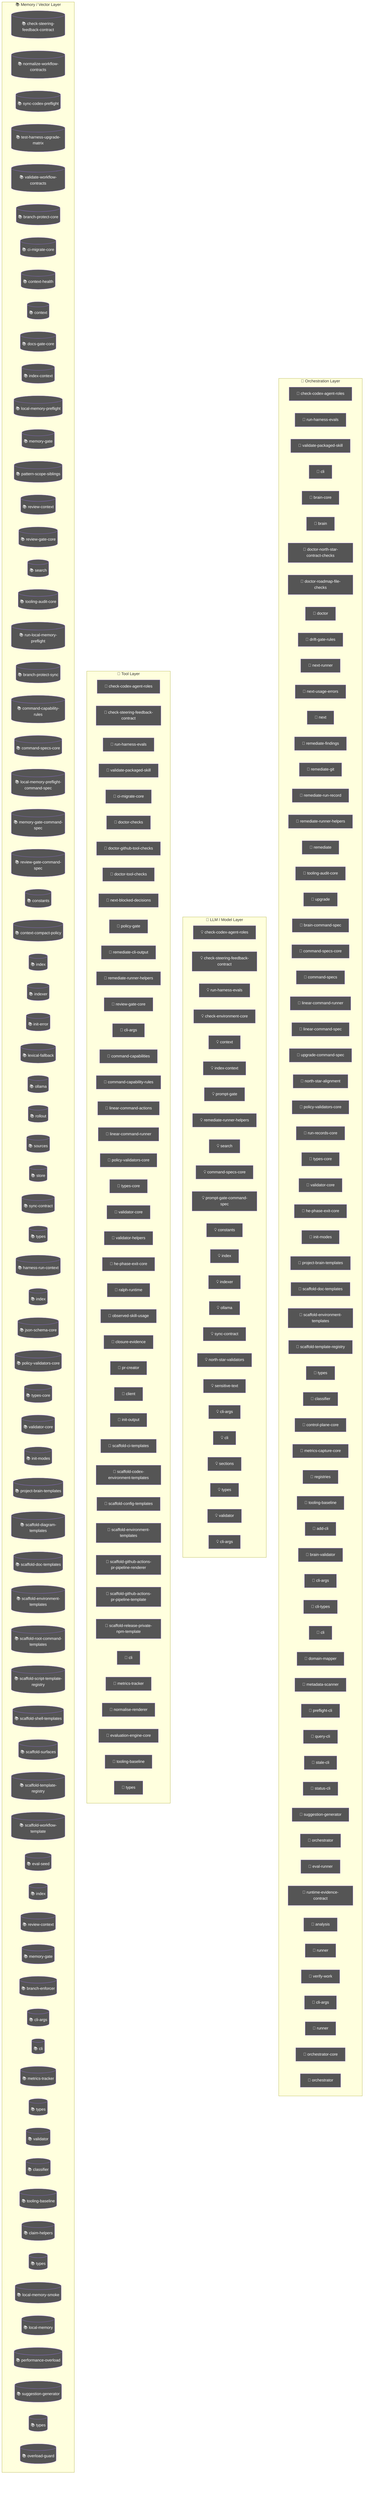
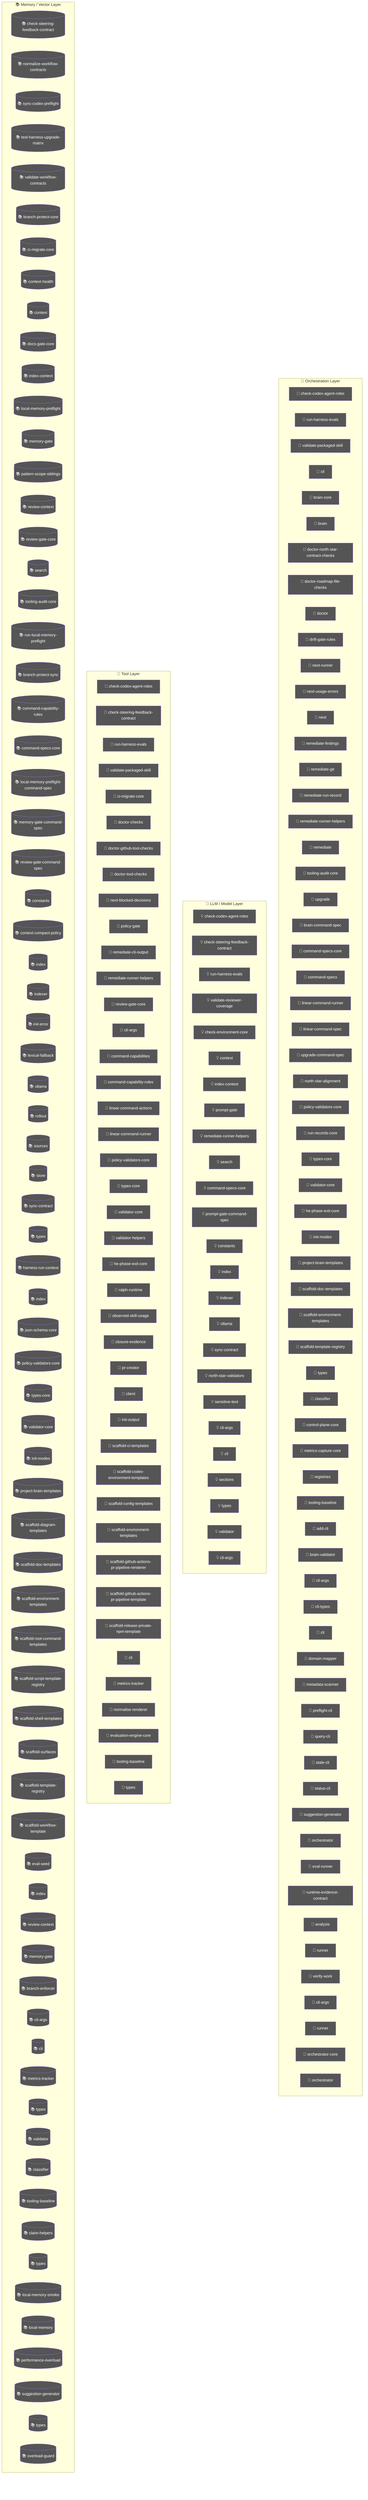
flowchart TD
  subgraph Orchestration["🎯 Orchestration Layer"]
    node_agent_mmd_orchestration_layer_orchestration_chec_7a9f0b64["🤖 check-codex-agent-roles"]
    node_agent_mmd_orchestration_layer_orchestration_run__18817957["🤖 run-harness-evals"]
    node_agent_mmd_orchestration_layer_orchestration_vali_c01b04be["🤖 validate-packaged-skill"]
    cli_99bb8840["🤖 cli"]
    brain_core_aa07c380["🤖 brain-core"]
    brain_bbbf7a64["🤖 brain"]
    doctor_north_star_contract_checks_0048124c["🤖 doctor-north-star-contract-checks"]
    doctor_roadmap_file_checks_14447b8e["🤖 doctor-roadmap-file-checks"]
    doctor_72f4be89["🤖 doctor"]
    drift_gate_rules_9685e72d["🤖 drift-gate-rules"]
    next_runner_41643472["🤖 next-runner"]
    next_usage_errors_837a345a["🤖 next-usage-errors"]
    next_c6c1c9a9["🤖 next"]
    remediate_findings_8b09c8c6["🤖 remediate-findings"]
    remediate_git_58c6f6f4["🤖 remediate-git"]
    remediate_run_record_9dfe5dc1["🤖 remediate-run-record"]
    node_agent_mmd_orchestration_layer_orchestration_reme_359fe98f["🤖 remediate-runner-helpers"]
    remediate_06b9c7fc["🤖 remediate"]
    node_agent_mmd_orchestration_layer_orchestration_tool_acfe0c01["🤖 tooling-audit-core"]
    upgrade_7fef9479["🤖 upgrade"]
    brain_command_spec_15b122d5["🤖 brain-command-spec"]
    node_agent_mmd_orchestration_layer_orchestration_comm_1f8cc24c["🤖 command-specs-core"]
    command_specs_69167c63["🤖 command-specs"]
    node_agent_mmd_orchestration_layer_orchestration_line_b67affd5["🤖 linear-command-runner"]
    linear_command_spec_1e12dd44["🤖 linear-command-spec"]
    upgrade_command_spec_03f6c7bd["🤖 upgrade-command-spec"]
    north_star_alignment_00440188["🤖 north-star-alignment"]
    node_agent_mmd_orchestration_layer_orchestration_poli_3270b55d["🤖 policy-validators-core"]
    run_records_core_89286dfa["🤖 run-records-core"]
    node_agent_mmd_orchestration_layer_orchestration_type_7cf81261["🤖 types-core"]
    node_agent_mmd_orchestration_layer_orchestration_vali_d9fe99e6["🤖 validator-core"]
    node_agent_mmd_orchestration_layer_orchestration_he_p_fc778c24["🤖 he-phase-exit-core"]
    node_agent_mmd_orchestration_layer_orchestration_init_2a9c3ecb["🤖 init-modes"]
    node_agent_mmd_orchestration_layer_orchestration_proj_6ab6f60f["🤖 project-brain-templates"]
    node_agent_mmd_orchestration_layer_orchestration_scaf_12cc07db["🤖 scaffold-doc-templates"]
    node_agent_mmd_orchestration_layer_orchestration_scaf_c9a90c2f["🤖 scaffold-environment-templates"]
    node_agent_mmd_orchestration_layer_orchestration_scaf_ff8f92f6["🤖 scaffold-template-registry"]
    types_9_1db4641f["🤖 types"]
    node_agent_mmd_orchestration_layer_orchestration_clas_899b821a["🤖 classifier"]
    control_plane_core_db3b4cb2["🤖 control-plane-core"]
    metrics_capture_core_db4bf7cf["🤖 metrics-capture-core"]
    registries_06402afa["🤖 registries"]
    node_agent_mmd_orchestration_layer_orchestration_tool_cc43149f["🤖 tooling-baseline"]
    add_cli_7614de25["🤖 add-cli"]
    brain_validator_be251832["🤖 brain-validator"]
    cli_args_8_d546936e["🤖 cli-args"]
    cli_types_1686e858["🤖 cli-types"]
    cli_7_dc4a9f7f["🤖 cli"]
    domain_mapper_cd9333d2["🤖 domain-mapper"]
    metadata_scanner_6a101b66["🤖 metadata-scanner"]
    preflight_cli_5d148379["🤖 preflight-cli"]
    query_cli_b95be64d["🤖 query-cli"]
    stale_cli_64548720["🤖 stale-cli"]
    status_cli_4c24a0d6["🤖 status-cli"]
    node_agent_mmd_orchestration_layer_orchestration_sugg_85c5ebe3["🤖 suggestion-generator"]
    orchestrator_11376b7e["🤖 orchestrator"]
    eval_runner_0966a6b3["🤖 eval-runner"]
    runtime_evidence_contract_0f7b15b2["🤖 runtime-evidence-contract"]
    analysis_f44e85c4["🤖 analysis"]
    runner_527aa9f4["🤖 runner"]
    verify_work_1_cd8e7ec3["🤖 verify-work"]
    cli_args_14_3481043e["🤖 cli-args"]
    runner_1_6f281bf8["🤖 runner"]
    orchestrator_core_d0678b53["🤖 orchestrator-core"]
    orchestrator_1_6b7137c5["🤖 orchestrator"]
  end
  subgraph LLMLayer["🧠 LLM / Model Layer"]
    node_agent_mmd_llm_model_layer_llmlayer_check_codex_a_29e7b7fa["💡 check-codex-agent-roles"]
    node_agent_mmd_llm_model_layer_llmlayer_check_steerin_a7dbbd2f["💡 check-steering-feedback-contract"]
    node_agent_mmd_llm_model_layer_llmlayer_run_harness_e_603fcfdc["💡 run-harness-evals"]
+     validate_reviewer_coverage_251efee3["💡 validate-reviewer-coverage"]
    check_environment_core_2c16213f["💡 check-environment-core"]
    node_agent_mmd_llm_model_layer_llmlayer_context_conte_ad2dfbd9["💡 context"]
    node_agent_mmd_llm_model_layer_llmlayer_index_context_1041bd11["💡 index-context"]
    prompt_gate_c5e9d207["💡 prompt-gate"]
    node_agent_mmd_llm_model_layer_llmlayer_remediate_run_9e3d4585["💡 remediate-runner-helpers"]
    node_agent_mmd_llm_model_layer_llmlayer_search_search_66b9a911["💡 search"]
    node_agent_mmd_llm_model_layer_llmlayer_command_specs_782af9fa["💡 command-specs-core"]
    prompt_gate_command_spec_9a941482["💡 prompt-gate-command-spec"]
    node_agent_mmd_llm_model_layer_llmlayer_constants_con_c9bd3f6c["💡 constants"]
    node_agent_mmd_llm_model_layer_llmlayer_index_index_1_02e160ff["💡 index"]
    node_agent_mmd_llm_model_layer_llmlayer_indexer_index_4f4deef5["💡 indexer"]
    node_agent_mmd_llm_model_layer_llmlayer_ollama_ollama_968b23fa["💡 ollama"]
    node_agent_mmd_llm_model_layer_llmlayer_sync_contract_9f3cc8c1["💡 sync-contract"]
    north_star_validators_cfc926ce["💡 north-star-validators"]
    sensitive_text_7c11f760["💡 sensitive-text"]
    cli_args_9_9c136878["💡 cli-args"]
    cli_8_e3a6ce03["💡 cli"]
    sections_4697ef32["💡 sections"]
    types_19_eb4ad5f0["💡 types"]
    validator_6_3688adbf["💡 validator"]
    cli_args_10_861cdd3f["💡 cli-args"]
  end
  subgraph ToolLayer["🔧 Tool Layer"]
    node_agent_mmd_tool_layer_toollayer_check_codex_agent_4b361d5a["🔧 check-codex-agent-roles"]
    node_agent_mmd_tool_layer_toollayer_check_steering_fe_84ed22c2["🔧 check-steering-feedback-contract"]
    node_agent_mmd_tool_layer_toollayer_run_harness_evals_e2ee24f1["🔧 run-harness-evals"]
    node_agent_mmd_tool_layer_toollayer_validate_packaged_f6ed6f12["🔧 validate-packaged-skill"]
    node_agent_mmd_tool_layer_toollayer_ci_migrate_core_c_049f8460["🔧 ci-migrate-core"]
    doctor_checks_5a2eb2b9["🔧 doctor-checks"]
    doctor_github_tool_checks_a53b0382["🔧 doctor-github-tool-checks"]
    doctor_tool_checks_4acac51a["🔧 doctor-tool-checks"]
    next_blocked_decisions_4140ad2b["🔧 next-blocked-decisions"]
    policy_gate_213f7313["🔧 policy-gate"]
    remediate_cli_output_cc165396["🔧 remediate-cli-output"]
    node_agent_mmd_tool_layer_toollayer_remediate_runner__c003b871["🔧 remediate-runner-helpers"]
    node_agent_mmd_tool_layer_toollayer_review_gate_core__7704598b["🔧 review-gate-core"]
    cli_args_1_6144b055["🔧 cli-args"]
    command_capabilities_a4d5c71e["🔧 command-capabilities"]
    node_agent_mmd_tool_layer_toollayer_command_capabilit_e97a4615["🔧 command-capability-rules"]
    linear_command_actions_e430f4f4["🔧 linear-command-actions"]
    node_agent_mmd_tool_layer_toollayer_linear_command_ru_d6763748["🔧 linear-command-runner"]
    node_agent_mmd_tool_layer_toollayer_policy_validators_af136abf["🔧 policy-validators-core"]
    node_agent_mmd_tool_layer_toollayer_types_core_types__6c8319b6["🔧 types-core"]
    node_agent_mmd_tool_layer_toollayer_validator_core_va_6ef6131f["🔧 validator-core"]
    validator_helpers_7b927667["🔧 validator-helpers"]
    node_agent_mmd_tool_layer_toollayer_he_phase_exit_cor_af016160["🔧 he-phase-exit-core"]
    ralph_runtime_73d63c0e["🔧 ralph-runtime"]
    observed_skill_usage_ed7d5930["🔧 observed-skill-usage"]
    closure_evidence_aaa31467["🔧 closure-evidence"]
    pr_creator_dc6b1ea4["🔧 pr-creator"]
    client_948fe603["🔧 client"]
    init_output_360dce91["🔧 init-output"]
    scaffold_ci_templates_2afd6392["🔧 scaffold-ci-templates"]
    scaffold_codex_environment_templates_334fbbed["🔧 scaffold-codex-environment-templates"]
    scaffold_config_templates_4b80ce53["🔧 scaffold-config-templates"]
    node_agent_mmd_tool_layer_toollayer_scaffold_environm_c1afc013["🔧 scaffold-environment-templates"]
    scaffold_github_actions_pr_pipeline_renderer_1ee18de5["🔧 scaffold-github-actions-pr-pipeline-renderer"]
    scaffold_github_actions_pr_pipeline_template_e2b85f62["🔧 scaffold-github-actions-pr-pipeline-template"]
    scaffold_release_private_npm_template_075499f8["🔧 scaffold-release-private-npm-template"]
    node_agent_mmd_tool_layer_toollayer_cli_cli_2_1_32d9eeaf["🔧 cli"]
    node_agent_mmd_tool_layer_toollayer_metrics_tracker_m_4c9237d8["🔧 metrics-tracker"]
    normalise_renderer_85f2e563["🔧 normalise-renderer"]
    evaluation_engine_core_e054fe49["🔧 evaluation-engine-core"]
    node_agent_mmd_tool_layer_toollayer_tooling_baseline__61e66e9f["🔧 tooling-baseline"]
    types_25_89d086aa["🔧 types"]
  end
  subgraph MemoryLayer["📚 Memory / Vector Layer"]
    node_agent_mmd_memory_vector_layer_memorylayer_check__d71f8993[("📚 check-steering-feedback-contract")]
    normalize_workflow_contracts_8701f1c8[("📚 normalize-workflow-contracts")]
    sync_codex_preflight_7e7a8dc2[("📚 sync-codex-preflight")]
    test_harness_upgrade_matrix_84113c4e[("📚 test-harness-upgrade-matrix")]
    validate_workflow_contracts_33dc063c[("📚 validate-workflow-contracts")]
    branch_protect_core_a8feb0fd[("📚 branch-protect-core")]
    node_agent_mmd_memory_vector_layer_memorylayer_ci_mig_0cd5b1a4[("📚 ci-migrate-core")]
    context_health_80bb7da9[("📚 context-health")]
    node_agent_mmd_memory_vector_layer_memorylayer_contex_78ceaaa9[("📚 context")]
    docs_gate_core_eb9b6c18[("📚 docs-gate-core")]
    node_agent_mmd_memory_vector_layer_memorylayer_index__6f3402d0[("📚 index-context")]
    local_memory_preflight_dcc36c42[("📚 local-memory-preflight")]
    memory_gate_a577a506[("📚 memory-gate")]
    pattern_scope_siblings_43abe000[("📚 pattern-scope-siblings")]
    review_context_ca6cf81d[("📚 review-context")]
    node_agent_mmd_memory_vector_layer_memorylayer_review_5bee9816[("📚 review-gate-core")]
    node_agent_mmd_memory_vector_layer_memorylayer_search_ac35cb7e[("📚 search")]
    node_agent_mmd_memory_vector_layer_memorylayer_toolin_a1185b8f[("📚 tooling-audit-core")]
    run_local_memory_preflight_36e92808[("📚 run-local-memory-preflight")]
    branch_protect_sync_570adb18[("📚 branch-protect-sync")]
    node_agent_mmd_memory_vector_layer_memorylayer_comman_c72a5d05[("📚 command-capability-rules")]
    node_agent_mmd_memory_vector_layer_memorylayer_comman_111eb454[("📚 command-specs-core")]
    local_memory_preflight_command_spec_9e23f3ce[("📚 local-memory-preflight-command-spec")]
    memory_gate_command_spec_dc9001a9[("📚 memory-gate-command-spec")]
    review_gate_command_spec_3187376a[("📚 review-gate-command-spec")]
    node_agent_mmd_memory_vector_layer_memorylayer_consta_702d3f46[("📚 constants")]
    context_compact_policy_3dcaf95d[("📚 context-compact-policy")]
    node_agent_mmd_memory_vector_layer_memorylayer_index__752bc61e[("📚 index")]
    node_agent_mmd_memory_vector_layer_memorylayer_indexe_93e6d86f[("📚 indexer")]
    init_error_5c7dd49f[("📚 init-error")]
    lexical_fallback_723e2b3e[("📚 lexical-fallback")]
    node_agent_mmd_memory_vector_layer_memorylayer_ollama_6d51be16[("📚 ollama")]
    rollout_a4fa034c[("📚 rollout")]
    sources_878a52fc[("📚 sources")]
    store_824d80d7[("📚 store")]
    node_agent_mmd_memory_vector_layer_memorylayer_sync_c_e43418bc[("📚 sync-contract")]
    types_4_822d0f88[("📚 types")]
    harness_run_context_ac7c77a9[("📚 harness-run-context")]
    index_1_faebc14e[("📚 index")]
    json_schema_core_96d7e328[("📚 json-schema-core")]
    node_agent_mmd_memory_vector_layer_memorylayer_policy_1944de42[("📚 policy-validators-core")]
    node_agent_mmd_memory_vector_layer_memorylayer_types__83f369fa[("📚 types-core")]
    node_agent_mmd_memory_vector_layer_memorylayer_valida_41034356[("📚 validator-core")]
    node_agent_mmd_memory_vector_layer_memorylayer_init_m_333d02c5[("📚 init-modes")]
    node_agent_mmd_memory_vector_layer_memorylayer_projec_3ae304d9[("📚 project-brain-templates")]
    scaffold_diagram_templates_dd88e83c[("📚 scaffold-diagram-templates")]
    node_agent_mmd_memory_vector_layer_memorylayer_scaffo_5fd73b94[("📚 scaffold-doc-templates")]
    node_agent_mmd_memory_vector_layer_memorylayer_scaffo_12b42341[("📚 scaffold-environment-templates")]
    scaffold_root_command_templates_404fed7f[("📚 scaffold-root-command-templates")]
    scaffold_script_template_registry_69312d4e[("📚 scaffold-script-template-registry")]
    scaffold_shell_templates_0ad0f915[("📚 scaffold-shell-templates")]
    scaffold_surfaces_12d6494e[("📚 scaffold-surfaces")]
    node_agent_mmd_memory_vector_layer_memorylayer_scaffo_a86eece1[("📚 scaffold-template-registry")]
    scaffold_workflow_template_92310587[("📚 scaffold-workflow-template")]
    eval_seed_5699fd3e[("📚 eval-seed")]
    index_4_013aa0e3[("📚 index")]
    review_context_1_e3afed15[("📚 review-context")]
    memory_gate_1_265164ac[("📚 memory-gate")]
    branch_enforcer_acb749cd[("📚 branch-enforcer")]
    cli_args_5_09ea29f0[("📚 cli-args")]
    node_agent_mmd_memory_vector_layer_memorylayer_cli_cl_1f1f89ab[("📚 cli")]
    node_agent_mmd_memory_vector_layer_memorylayer_metric_12562178[("📚 metrics-tracker")]
    types_11_4be3ee64[("📚 types")]
    validator_4_5180cf23[("📚 validator")]
    node_agent_mmd_memory_vector_layer_memorylayer_classi_1ebbf5ff[("📚 classifier")]
    node_agent_mmd_memory_vector_layer_memorylayer_toolin_14f86b00[("📚 tooling-baseline")]
    claim_helpers_20dc8387[("📚 claim-helpers")]
    types_16_0fae1112[("📚 types")]
    local_memory_smoke_1175abfc[("📚 local-memory-smoke")]
    local_memory_0db17ecc[("📚 local-memory")]
    performance_overload_c685bfcf[("📚 performance-overload")]
    node_agent_mmd_memory_vector_layer_memorylayer_sugges_267f408d[("📚 suggestion-generator")]
    types_23_4352ee2e[("📚 types")]
    overload_guard_2748c559[("📚 overload-guard")]
  end
  classDef agentNode fill:#555,color:#fff
  class node_agent_mmd_orchestration_layer_orchestration_chec_7a9f0b64,node_agent_mmd_llm_model_layer_llmlayer_check_codex_a_29e7b7fa,node_agent_mmd_tool_layer_toollayer_check_codex_agent_4b361d5a,node_agent_mmd_orchestration_layer_orchestration_run__18817957,node_agent_mmd_llm_model_layer_llmlayer_run_harness_e_603fcfdc,node_agent_mmd_tool_layer_toollayer_run_harness_evals_e2ee24f1,node_agent_mmd_orchestration_layer_orchestration_vali_c01b04be,node_agent_mmd_tool_layer_toollayer_validate_packaged_f6ed6f12,cli_99bb8840,brain_core_aa07c380,brain_bbbf7a64,doctor_north_star_contract_checks_0048124c,doctor_roadmap_file_checks_14447b8e,doctor_72f4be89,drift_gate_rules_9685e72d,next_runner_41643472,next_usage_errors_837a345a,next_c6c1c9a9,remediate_findings_8b09c8c6,remediate_git_58c6f6f4,remediate_run_record_9dfe5dc1,node_agent_mmd_orchestration_layer_orchestration_reme_359fe98f,node_agent_mmd_llm_model_layer_llmlayer_remediate_run_9e3d4585,node_agent_mmd_tool_layer_toollayer_remediate_runner__c003b871,remediate_06b9c7fc,node_agent_mmd_orchestration_layer_orchestration_tool_acfe0c01,node_agent_mmd_memory_vector_layer_memorylayer_toolin_a1185b8f,upgrade_7fef9479,brain_command_spec_15b122d5,node_agent_mmd_orchestration_layer_orchestration_comm_1f8cc24c,node_agent_mmd_llm_model_layer_llmlayer_command_specs_782af9fa,node_agent_mmd_memory_vector_layer_memorylayer_comman_111eb454,command_specs_69167c63,node_agent_mmd_orchestration_layer_orchestration_line_b67affd5,node_agent_mmd_tool_layer_toollayer_linear_command_ru_d6763748,linear_command_spec_1e12dd44,upgrade_command_spec_03f6c7bd,north_star_alignment_00440188,node_agent_mmd_orchestration_layer_orchestration_poli_3270b55d,node_agent_mmd_tool_layer_toollayer_policy_validators_af136abf,node_agent_mmd_memory_vector_layer_memorylayer_policy_1944de42,run_records_core_89286dfa,node_agent_mmd_orchestration_layer_orchestration_type_7cf81261,node_agent_mmd_tool_layer_toollayer_types_core_types__6c8319b6,node_agent_mmd_memory_vector_layer_memorylayer_types__83f369fa,node_agent_mmd_orchestration_layer_orchestration_vali_d9fe99e6,node_agent_mmd_tool_layer_toollayer_validator_core_va_6ef6131f,node_agent_mmd_memory_vector_layer_memorylayer_valida_41034356,node_agent_mmd_orchestration_layer_orchestration_he_p_fc778c24,node_agent_mmd_tool_layer_toollayer_he_phase_exit_cor_af016160,node_agent_mmd_orchestration_layer_orchestration_init_2a9c3ecb,node_agent_mmd_memory_vector_layer_memorylayer_init_m_333d02c5,node_agent_mmd_orchestration_layer_orchestration_proj_6ab6f60f,node_agent_mmd_memory_vector_layer_memorylayer_projec_3ae304d9,node_agent_mmd_orchestration_layer_orchestration_scaf_12cc07db,node_agent_mmd_memory_vector_layer_memorylayer_scaffo_5fd73b94,node_agent_mmd_orchestration_layer_orchestration_scaf_c9a90c2f,node_agent_mmd_tool_layer_toollayer_scaffold_environm_c1afc013,node_agent_mmd_memory_vector_layer_memorylayer_scaffo_12b42341,node_agent_mmd_orchestration_layer_orchestration_scaf_ff8f92f6,node_agent_mmd_memory_vector_layer_memorylayer_scaffo_a86eece1,types_9_1db4641f,node_agent_mmd_orchestration_layer_orchestration_clas_899b821a,node_agent_mmd_memory_vector_layer_memorylayer_classi_1ebbf5ff,control_plane_core_db3b4cb2,metrics_capture_core_db4bf7cf,registries_06402afa,node_agent_mmd_orchestration_layer_orchestration_tool_cc43149f,node_agent_mmd_tool_layer_toollayer_tooling_baseline__61e66e9f,node_agent_mmd_memory_vector_layer_memorylayer_toolin_14f86b00,add_cli_7614de25,brain_validator_be251832,cli_args_8_d546936e,cli_types_1686e858,cli_7_dc4a9f7f,domain_mapper_cd9333d2,metadata_scanner_6a101b66,preflight_cli_5d148379,query_cli_b95be64d,stale_cli_64548720,status_cli_4c24a0d6,node_agent_mmd_orchestration_layer_orchestration_sugg_85c5ebe3,node_agent_mmd_memory_vector_layer_memorylayer_sugges_267f408d,orchestrator_11376b7e,eval_runner_0966a6b3,runtime_evidence_contract_0f7b15b2,analysis_f44e85c4,runner_527aa9f4,verify_work_1_cd8e7ec3,cli_args_14_3481043e,runner_1_6f281bf8,orchestrator_core_d0678b53,orchestrator_1_6b7137c5 agentNode
  classDef llmNode fill:#555,color:#fff
-   class node_agent_mmd_orchestration_layer_orchestration_chec_7a9f0b64,node_agent_mmd_llm_model_layer_llmlayer_check_codex_a_29e7b7fa,node_agent_mmd_tool_layer_toollayer_check_codex_agent_4b361d5a,node_agent_mmd_llm_model_layer_llmlayer_check_steerin_a7dbbd2f,node_agent_mmd_tool_layer_toollayer_check_steering_fe_84ed22c2,node_agent_mmd_memory_vector_layer_memorylayer_check__d71f8993,node_agent_mmd_orchestration_layer_orchestration_run__18817957,node_agent_mmd_llm_model_layer_llmlayer_run_harness_e_603fcfdc,node_agent_mmd_tool_layer_toollayer_run_harness_evals_e2ee24f1,check_environment_core_2c16213f,node_agent_mmd_llm_model_layer_llmlayer_context_conte_ad2dfbd9,node_agent_mmd_memory_vector_layer_memorylayer_contex_78ceaaa9,node_agent_mmd_llm_model_layer_llmlayer_index_context_1041bd11,node_agent_mmd_memory_vector_layer_memorylayer_index__6f3402d0,prompt_gate_c5e9d207,node_agent_mmd_orchestration_layer_orchestration_reme_359fe98f,node_agent_mmd_llm_model_layer_llmlayer_remediate_run_9e3d4585,node_agent_mmd_tool_layer_toollayer_remediate_runner__c003b871,node_agent_mmd_llm_model_layer_llmlayer_search_search_66b9a911,node_agent_mmd_memory_vector_layer_memorylayer_search_ac35cb7e,node_agent_mmd_orchestration_layer_orchestration_comm_1f8cc24c,node_agent_mmd_llm_model_layer_llmlayer_command_specs_782af9fa,node_agent_mmd_memory_vector_layer_memorylayer_comman_111eb454,prompt_gate_command_spec_9a941482,node_agent_mmd_llm_model_layer_llmlayer_constants_con_c9bd3f6c,node_agent_mmd_memory_vector_layer_memorylayer_consta_702d3f46,node_agent_mmd_llm_model_layer_llmlayer_index_index_1_02e160ff,node_agent_mmd_memory_vector_layer_memorylayer_index__752bc61e,node_agent_mmd_llm_model_layer_llmlayer_indexer_index_4f4deef5,node_agent_mmd_memory_vector_layer_memorylayer_indexe_93e6d86f,node_agent_mmd_llm_model_layer_llmlayer_ollama_ollama_968b23fa,node_agent_mmd_memory_vector_layer_memorylayer_ollama_6d51be16,node_agent_mmd_llm_model_layer_llmlayer_sync_contract_9f3cc8c1,node_agent_mmd_memory_vector_layer_memorylayer_sync_c_e43418bc,north_star_validators_cfc926ce,sensitive_text_7c11f760,cli_args_9_9c136878,cli_8_e3a6ce03,sections_4697ef32,types_19_eb4ad5f0,validator_6_3688adbf,cli_args_10_861cdd3f llmNode
+   class node_agent_mmd_orchestration_layer_orchestration_chec_7a9f0b64,node_agent_mmd_llm_model_layer_llmlayer_check_codex_a_29e7b7fa,node_agent_mmd_tool_layer_toollayer_check_codex_agent_4b361d5a,node_agent_mmd_llm_model_layer_llmlayer_check_steerin_a7dbbd2f,node_agent_mmd_tool_layer_toollayer_check_steering_fe_84ed22c2,node_agent_mmd_memory_vector_layer_memorylayer_check__d71f8993,node_agent_mmd_orchestration_layer_orchestration_run__18817957,node_agent_mmd_llm_model_layer_llmlayer_run_harness_e_603fcfdc,node_agent_mmd_tool_layer_toollayer_run_harness_evals_e2ee24f1,validate_reviewer_coverage_251efee3,check_environment_core_2c16213f,node_agent_mmd_llm_model_layer_llmlayer_context_conte_ad2dfbd9,node_agent_mmd_memory_vector_layer_memorylayer_contex_78ceaaa9,node_agent_mmd_llm_model_layer_llmlayer_index_context_1041bd11,node_agent_mmd_memory_vector_layer_memorylayer_index__6f3402d0,prompt_gate_c5e9d207,node_agent_mmd_orchestration_layer_orchestration_reme_359fe98f,node_agent_mmd_llm_model_layer_llmlayer_remediate_run_9e3d4585,node_agent_mmd_tool_layer_toollayer_remediate_runner__c003b871,node_agent_mmd_llm_model_layer_llmlayer_search_search_66b9a911,node_agent_mmd_memory_vector_layer_memorylayer_search_ac35cb7e,node_agent_mmd_orchestration_layer_orchestration_comm_1f8cc24c,node_agent_mmd_llm_model_layer_llmlayer_command_specs_782af9fa,node_agent_mmd_memory_vector_layer_memorylayer_comman_111eb454,prompt_gate_command_spec_9a941482,node_agent_mmd_llm_model_layer_llmlayer_constants_con_c9bd3f6c,node_agent_mmd_memory_vector_layer_memorylayer_consta_702d3f46,node_agent_mmd_llm_model_layer_llmlayer_index_index_1_02e160ff,node_agent_mmd_memory_vector_layer_memorylayer_index__752bc61e,node_agent_mmd_llm_model_layer_llmlayer_indexer_index_4f4deef5,node_agent_mmd_memory_vector_layer_memorylayer_indexe_93e6d86f,node_agent_mmd_llm_model_layer_llmlayer_ollama_ollama_968b23fa,node_agent_mmd_memory_vector_layer_memorylayer_ollama_6d51be16,node_agent_mmd_llm_model_layer_llmlayer_sync_contract_9f3cc8c1,node_agent_mmd_memory_vector_layer_memorylayer_sync_c_e43418bc,north_star_validators_cfc926ce,sensitive_text_7c11f760,cli_args_9_9c136878,cli_8_e3a6ce03,sections_4697ef32,types_19_eb4ad5f0,validator_6_3688adbf,cli_args_10_861cdd3f llmNode
  classDef toolNode fill:#555,color:#fff
  class node_agent_mmd_orchestration_layer_orchestration_chec_7a9f0b64,node_agent_mmd_llm_model_layer_llmlayer_check_codex_a_29e7b7fa,node_agent_mmd_tool_layer_toollayer_check_codex_agent_4b361d5a,node_agent_mmd_llm_model_layer_llmlayer_check_steerin_a7dbbd2f,node_agent_mmd_tool_layer_toollayer_check_steering_fe_84ed22c2,node_agent_mmd_memory_vector_layer_memorylayer_check__d71f8993,node_agent_mmd_orchestration_layer_orchestration_run__18817957,node_agent_mmd_llm_model_layer_llmlayer_run_harness_e_603fcfdc,node_agent_mmd_tool_layer_toollayer_run_harness_evals_e2ee24f1,node_agent_mmd_orchestration_layer_orchestration_vali_c01b04be,node_agent_mmd_tool_layer_toollayer_validate_packaged_f6ed6f12,node_agent_mmd_tool_layer_toollayer_ci_migrate_core_c_049f8460,node_agent_mmd_memory_vector_layer_memorylayer_ci_mig_0cd5b1a4,doctor_checks_5a2eb2b9,doctor_github_tool_checks_a53b0382,doctor_tool_checks_4acac51a,next_blocked_decisions_4140ad2b,policy_gate_213f7313,remediate_cli_output_cc165396,node_agent_mmd_orchestration_layer_orchestration_reme_359fe98f,node_agent_mmd_llm_model_layer_llmlayer_remediate_run_9e3d4585,node_agent_mmd_tool_layer_toollayer_remediate_runner__c003b871,node_agent_mmd_tool_layer_toollayer_review_gate_core__7704598b,node_agent_mmd_memory_vector_layer_memorylayer_review_5bee9816,cli_args_1_6144b055,command_capabilities_a4d5c71e,node_agent_mmd_tool_layer_toollayer_command_capabilit_e97a4615,node_agent_mmd_memory_vector_layer_memorylayer_comman_c72a5d05,linear_command_actions_e430f4f4,node_agent_mmd_orchestration_layer_orchestration_line_b67affd5,node_agent_mmd_tool_layer_toollayer_linear_command_ru_d6763748,node_agent_mmd_orchestration_layer_orchestration_poli_3270b55d,node_agent_mmd_tool_layer_toollayer_policy_validators_af136abf,node_agent_mmd_memory_vector_layer_memorylayer_policy_1944de42,node_agent_mmd_orchestration_layer_orchestration_type_7cf81261,node_agent_mmd_tool_layer_toollayer_types_core_types__6c8319b6,node_agent_mmd_memory_vector_layer_memorylayer_types__83f369fa,node_agent_mmd_orchestration_layer_orchestration_vali_d9fe99e6,node_agent_mmd_tool_layer_toollayer_validator_core_va_6ef6131f,node_agent_mmd_memory_vector_layer_memorylayer_valida_41034356,validator_helpers_7b927667,node_agent_mmd_orchestration_layer_orchestration_he_p_fc778c24,node_agent_mmd_tool_layer_toollayer_he_phase_exit_cor_af016160,ralph_runtime_73d63c0e,observed_skill_usage_ed7d5930,closure_evidence_aaa31467,pr_creator_dc6b1ea4,client_948fe603,init_output_360dce91,scaffold_ci_templates_2afd6392,scaffold_codex_environment_templates_334fbbed,scaffold_config_templates_4b80ce53,node_agent_mmd_orchestration_layer_orchestration_scaf_c9a90c2f,node_agent_mmd_tool_layer_toollayer_scaffold_environm_c1afc013,node_agent_mmd_memory_vector_layer_memorylayer_scaffo_12b42341,scaffold_github_actions_pr_pipeline_renderer_1ee18de5,scaffold_github_actions_pr_pipeline_template_e2b85f62,scaffold_release_private_npm_template_075499f8,node_agent_mmd_tool_layer_toollayer_cli_cli_2_1_32d9eeaf,node_agent_mmd_memory_vector_layer_memorylayer_cli_cl_1f1f89ab,node_agent_mmd_tool_layer_toollayer_metrics_tracker_m_4c9237d8,node_agent_mmd_memory_vector_layer_memorylayer_metric_12562178,normalise_renderer_85f2e563,evaluation_engine_core_e054fe49,node_agent_mmd_orchestration_layer_orchestration_tool_cc43149f,node_agent_mmd_tool_layer_toollayer_tooling_baseline__61e66e9f,node_agent_mmd_memory_vector_layer_memorylayer_toolin_14f86b00,types_25_89d086aa toolNode
  classDef memNode fill:#555,color:#fff
  class node_agent_mmd_llm_model_layer_llmlayer_check_steerin_a7dbbd2f,node_agent_mmd_tool_layer_toollayer_check_steering_fe_84ed22c2,node_agent_mmd_memory_vector_layer_memorylayer_check__d71f8993,normalize_workflow_contracts_8701f1c8,sync_codex_preflight_7e7a8dc2,test_harness_upgrade_matrix_84113c4e,validate_workflow_contracts_33dc063c,branch_protect_core_a8feb0fd,node_agent_mmd_tool_layer_toollayer_ci_migrate_core_c_049f8460,node_agent_mmd_memory_vector_layer_memorylayer_ci_mig_0cd5b1a4,context_health_80bb7da9,node_agent_mmd_llm_model_layer_llmlayer_context_conte_ad2dfbd9,node_agent_mmd_memory_vector_layer_memorylayer_contex_78ceaaa9,docs_gate_core_eb9b6c18,node_agent_mmd_llm_model_layer_llmlayer_index_context_1041bd11,node_agent_mmd_memory_vector_layer_memorylayer_index__6f3402d0,local_memory_preflight_dcc36c42,memory_gate_a577a506,pattern_scope_siblings_43abe000,review_context_ca6cf81d,node_agent_mmd_tool_layer_toollayer_review_gate_core__7704598b,node_agent_mmd_memory_vector_layer_memorylayer_review_5bee9816,node_agent_mmd_llm_model_layer_llmlayer_search_search_66b9a911,node_agent_mmd_memory_vector_layer_memorylayer_search_ac35cb7e,node_agent_mmd_orchestration_layer_orchestration_tool_acfe0c01,node_agent_mmd_memory_vector_layer_memorylayer_toolin_a1185b8f,run_local_memory_preflight_36e92808,branch_protect_sync_570adb18,node_agent_mmd_tool_layer_toollayer_command_capabilit_e97a4615,node_agent_mmd_memory_vector_layer_memorylayer_comman_c72a5d05,node_agent_mmd_orchestration_layer_orchestration_comm_1f8cc24c,node_agent_mmd_llm_model_layer_llmlayer_command_specs_782af9fa,node_agent_mmd_memory_vector_layer_memorylayer_comman_111eb454,local_memory_preflight_command_spec_9e23f3ce,memory_gate_command_spec_dc9001a9,review_gate_command_spec_3187376a,node_agent_mmd_llm_model_layer_llmlayer_constants_con_c9bd3f6c,node_agent_mmd_memory_vector_layer_memorylayer_consta_702d3f46,context_compact_policy_3dcaf95d,node_agent_mmd_llm_model_layer_llmlayer_index_index_1_02e160ff,node_agent_mmd_memory_vector_layer_memorylayer_index__752bc61e,node_agent_mmd_llm_model_layer_llmlayer_indexer_index_4f4deef5,node_agent_mmd_memory_vector_layer_memorylayer_indexe_93e6d86f,init_error_5c7dd49f,lexical_fallback_723e2b3e,node_agent_mmd_llm_model_layer_llmlayer_ollama_ollama_968b23fa,node_agent_mmd_memory_vector_layer_memorylayer_ollama_6d51be16,rollout_a4fa034c,sources_878a52fc,store_824d80d7,node_agent_mmd_llm_model_layer_llmlayer_sync_contract_9f3cc8c1,node_agent_mmd_memory_vector_layer_memorylayer_sync_c_e43418bc,types_4_822d0f88,harness_run_context_ac7c77a9,index_1_faebc14e,json_schema_core_96d7e328,node_agent_mmd_orchestration_layer_orchestration_poli_3270b55d,node_agent_mmd_tool_layer_toollayer_policy_validators_af136abf,node_agent_mmd_memory_vector_layer_memorylayer_policy_1944de42,node_agent_mmd_orchestration_layer_orchestration_type_7cf81261,node_agent_mmd_tool_layer_toollayer_types_core_types__6c8319b6,node_agent_mmd_memory_vector_layer_memorylayer_types__83f369fa,node_agent_mmd_orchestration_layer_orchestration_vali_d9fe99e6,node_agent_mmd_tool_layer_toollayer_validator_core_va_6ef6131f,node_agent_mmd_memory_vector_layer_memorylayer_valida_41034356,node_agent_mmd_orchestration_layer_orchestration_init_2a9c3ecb,node_agent_mmd_memory_vector_layer_memorylayer_init_m_333d02c5,node_agent_mmd_orchestration_layer_orchestration_proj_6ab6f60f,node_agent_mmd_memory_vector_layer_memorylayer_projec_3ae304d9,scaffold_diagram_templates_dd88e83c,node_agent_mmd_orchestration_layer_orchestration_scaf_12cc07db,node_agent_mmd_memory_vector_layer_memorylayer_scaffo_5fd73b94,node_agent_mmd_orchestration_layer_orchestration_scaf_c9a90c2f,node_agent_mmd_tool_layer_toollayer_scaffold_environm_c1afc013,node_agent_mmd_memory_vector_layer_memorylayer_scaffo_12b42341,scaffold_root_command_templates_404fed7f,scaffold_script_template_registry_69312d4e,scaffold_shell_templates_0ad0f915,scaffold_surfaces_12d6494e,node_agent_mmd_orchestration_layer_orchestration_scaf_ff8f92f6,node_agent_mmd_memory_vector_layer_memorylayer_scaffo_a86eece1,scaffold_workflow_template_92310587,eval_seed_5699fd3e,index_4_013aa0e3,review_context_1_e3afed15,memory_gate_1_265164ac,branch_enforcer_acb749cd,cli_args_5_09ea29f0,node_agent_mmd_tool_layer_toollayer_cli_cli_2_1_32d9eeaf,node_agent_mmd_memory_vector_layer_memorylayer_cli_cl_1f1f89ab,node_agent_mmd_tool_layer_toollayer_metrics_tracker_m_4c9237d8,node_agent_mmd_memory_vector_layer_memorylayer_metric_12562178,types_11_4be3ee64,validator_4_5180cf23,node_agent_mmd_orchestration_layer_orchestration_clas_899b821a,node_agent_mmd_memory_vector_layer_memorylayer_classi_1ebbf5ff,node_agent_mmd_orchestration_layer_orchestration_tool_cc43149f,node_agent_mmd_tool_layer_toollayer_tooling_baseline__61e66e9f,node_agent_mmd_memory_vector_layer_memorylayer_toolin_14f86b00,claim_helpers_20dc8387,types_16_0fae1112,local_memory_smoke_1175abfc,local_memory_0db17ecc,performance_overload_c685bfcf,node_agent_mmd_orchestration_layer_orchestration_sugg_85c5ebe3,node_agent_mmd_memory_vector_layer_memorylayer_sugges_267f408d,types_23_4352ee2e,overload_guard_2748c559 memNode
